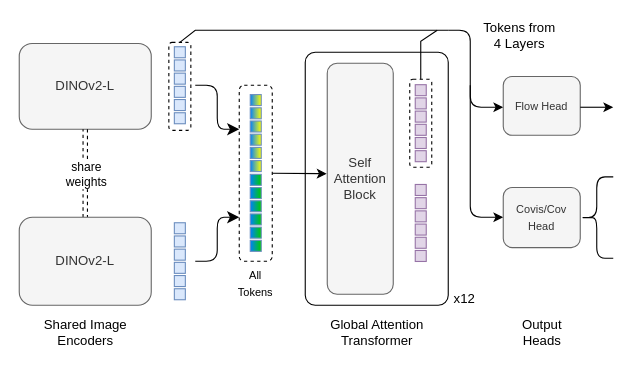
The draw.io diagram paper.drawio in infinity1096/CV-network-fulltrace, before the edit. Source tidied: cells renumbered, new cells numbered last; positions are measured from the earlier drawing's top-left corner, leaving out a move shared by most shapes. Both pictures are drawn from the tidied source at 110%, with x=0, y=0 at pixel (19, 19).
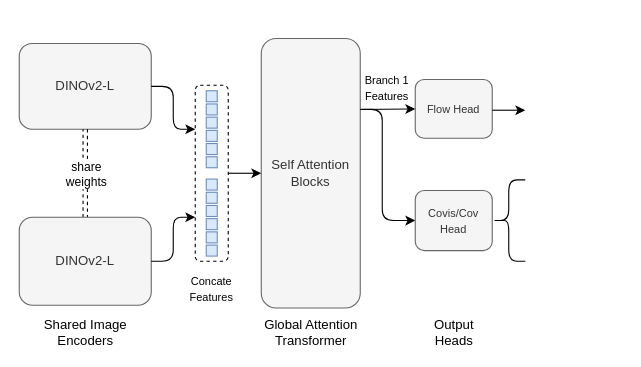
After the change.

The change refers to these unchanged cells:
```xml
<mxCell id="4" value="DINOv2-L" style="rounded=1;whiteSpace=wrap;html=1;fillColor=#f5f5f5;strokeColor=#666666;fontColor=#333333;" parent="1" vertex="1">
  <mxGeometry y="22" width="120" height="78" as="geometry" />
</mxCell>
```

The edit, as a diff of the source:
```diff
@@
-    <mxCell id="2" style="rounded=1;whiteSpace=wrap;html=1;arcSize=7;fillColor=none;" parent="1" vertex="1">
-      <mxGeometry x="260" y="30" width="130" height="230" as="geometry" />
-    </mxCell>
-    <mxCell id="3" style="rounded=1;whiteSpace=wrap;html=1;fillColor=none;dashed=1;" parent="1" vertex="1">
-      <mxGeometry x="200" y="60" width="30" height="160" as="geometry" />
-    </mxCell>
@@
     <mxCell id="8" style="rounded=0;whiteSpace=wrap;html=1;fillColor=#dae8fc;strokeColor=#6c8ebf;" parent="1" vertex="1">
-      <mxGeometry x="141" y="25" width="10" height="10" as="geometry" />
+      <mxGeometry x="170" y="65" width="10" height="10" as="geometry" />
     </mxCell>
     <mxCell id="9" style="rounded=0;whiteSpace=wrap;html=1;fillColor=#dae8fc;strokeColor=#6c8ebf;" parent="1" vertex="1">
-      <mxGeometry x="141" y="37" width="10" height="10" as="geometry" />
+      <mxGeometry x="170" y="77" width="10" height="10" as="geometry" />
     </mxCell>
     <mxCell id="10" style="rounded=0;whiteSpace=wrap;html=1;fillColor=#dae8fc;strokeColor=#6c8ebf;" parent="1" vertex="1">
-      <mxGeometry x="141" y="49" width="10" height="10" as="geometry" />
+      <mxGeometry x="170" y="89" width="10" height="10" as="geometry" />
     </mxCell>
     <mxCell id="11" style="rounded=0;whiteSpace=wrap;html=1;fillColor=#dae8fc;strokeColor=#6c8ebf;" parent="1" vertex="1">
-      <mxGeometry x="141" y="61" width="10" height="10" as="geometry" />
+      <mxGeometry x="170" y="101" width="10" height="10" as="geometry" />
     </mxCell>
     <mxCell id="12" style="rounded=0;whiteSpace=wrap;html=1;fillColor=#dae8fc;strokeColor=#6c8ebf;" parent="1" vertex="1">
-      <mxGeometry x="141" y="73" width="10" height="10" as="geometry" />
+      <mxGeometry x="170" y="113" width="10" height="10" as="geometry" />
     </mxCell>
     <mxCell id="13" style="rounded=0;whiteSpace=wrap;html=1;fillColor=#dae8fc;strokeColor=#6c8ebf;" parent="1" vertex="1">
-      <mxGeometry x="141" y="85" width="10" height="10" as="geometry" />
+      <mxGeometry x="170" y="125" width="10" height="10" as="geometry" />
     </mxCell>
     <mxCell id="14" style="rounded=0;whiteSpace=wrap;html=1;fillColor=#dae8fc;strokeColor=#6c8ebf;" parent="1" vertex="1">
-      <mxGeometry x="141" y="185" width="10" height="10" as="geometry" />
+      <mxGeometry x="170" y="145.3" width="10" height="10" as="geometry" />
     </mxCell>
     <mxCell id="15" style="rounded=0;whiteSpace=wrap;html=1;fillColor=#dae8fc;strokeColor=#6c8ebf;" parent="1" vertex="1">
-      <mxGeometry x="141" y="197" width="10" height="10" as="geometry" />
+      <mxGeometry x="170" y="157.3" width="10" height="10" as="geometry" />
     </mxCell>
     <mxCell id="16" style="rounded=0;whiteSpace=wrap;html=1;fillColor=#dae8fc;strokeColor=#6c8ebf;" parent="1" vertex="1">
-      <mxGeometry x="141" y="209" width="10" height="10" as="geometry" />
+      <mxGeometry x="170" y="169.3" width="10" height="10" as="geometry" />
     </mxCell>
     <mxCell id="17" style="rounded=0;whiteSpace=wrap;html=1;fillColor=#dae8fc;strokeColor=#6c8ebf;" parent="1" vertex="1">
-      <mxGeometry x="141" y="221" width="10" height="10" as="geometry" />
+      <mxGeometry x="170" y="181.3" width="10" height="10" as="geometry" />
     </mxCell>
     <mxCell id="18" style="rounded=0;whiteSpace=wrap;html=1;fillColor=#dae8fc;strokeColor=#6c8ebf;" parent="1" vertex="1">
-      <mxGeometry x="141" y="233" width="10" height="10" as="geometry" />
+      <mxGeometry x="170" y="193.3" width="10" height="10" as="geometry" />
     </mxCell>
     <mxCell id="19" style="rounded=0;whiteSpace=wrap;html=1;fillColor=#dae8fc;strokeColor=#6c8ebf;" parent="1" vertex="1">
-      <mxGeometry x="141" y="245" width="10" height="10" as="geometry" />
+      <mxGeometry x="170" y="205.3" width="10" height="10" as="geometry" />
     </mxCell>
-    <mxCell id="20" style="rounded=0;whiteSpace=wrap;html=1;fillColor=#007FFF;strokeColor=#6c8ebf;gradientColor=#FFFF00;gradientDirection=east;" parent="1" vertex="1">
-      <mxGeometry x="210" y="68.5" width="10" height="10" as="geometry" />
-    </mxCell>
-    <mxCell id="21" style="rounded=0;whiteSpace=wrap;html=1;fillColor=#007FFF;strokeColor=#6c8ebf;gradientColor=#FFFF00;gradientDirection=east;" parent="1" vertex="1">
-      <mxGeometry x="210" y="80.5" width="10" height="10" as="geometry" />
-    </mxCell>
-    <mxCell id="22" style="rounded=0;whiteSpace=wrap;html=1;fillColor=#007FFF;strokeColor=#6c8ebf;gradientColor=#FFFF00;gradientDirection=east;" parent="1" vertex="1">
-      <mxGeometry x="210" y="92.5" width="10" height="10" as="geometry" />
-    </mxCell>
-    <mxCell id="23" style="rounded=0;whiteSpace=wrap;html=1;fillColor=#007FFF;strokeColor=#6c8ebf;gradientColor=#FFFF00;gradientDirection=east;" parent="1" vertex="1">
-      <mxGeometry x="210" y="104.5" width="10" height="10" as="geometry" />
-    </mxCell>
-    <mxCell id="24" style="rounded=0;whiteSpace=wrap;html=1;fillColor=#007FFF;strokeColor=#6c8ebf;gradientColor=#FFFF00;gradientDirection=east;" parent="1" vertex="1">
-      <mxGeometry x="210" y="116.5" width="10" height="10" as="geometry" />
-    </mxCell>
-    <mxCell id="25" style="rounded=0;whiteSpace=wrap;html=1;fillColor=#007FFF;strokeColor=#6c8ebf;gradientColor=#FFFF00;gradientDirection=east;" parent="1" vertex="1">
-      <mxGeometry x="210" y="128.5" width="10" height="10" as="geometry" />
-    </mxCell>
-    <mxCell id="26" style="rounded=0;whiteSpace=wrap;html=1;fillColor=#007FFF;strokeColor=#6c8ebf;gradientColor=#00CC00;gradientDirection=east;" parent="1" vertex="1">
-      <mxGeometry x="210" y="141" width="10" height="10" as="geometry" />
-    </mxCell>
-    <mxCell id="27" style="rounded=0;whiteSpace=wrap;html=1;fillColor=#007FFF;strokeColor=#6c8ebf;gradientColor=#00CC00;gradientDirection=east;" parent="1" vertex="1">
-      <mxGeometry x="210" y="153" width="10" height="10" as="geometry" />
-    </mxCell>
-    <mxCell id="28" style="rounded=0;whiteSpace=wrap;html=1;fillColor=#007FFF;strokeColor=#6c8ebf;gradientColor=#00CC00;gradientDirection=east;" parent="1" vertex="1">
-      <mxGeometry x="210" y="165" width="10" height="10" as="geometry" />
-    </mxCell>
-    <mxCell id="29" style="rounded=0;whiteSpace=wrap;html=1;fillColor=#007FFF;strokeColor=#6c8ebf;gradientColor=#00CC00;gradientDirection=east;" parent="1" vertex="1">
-      <mxGeometry x="210" y="177" width="10" height="10" as="geometry" />
-    </mxCell>
-    <mxCell id="30" style="rounded=0;whiteSpace=wrap;html=1;fillColor=#007FFF;strokeColor=#6c8ebf;gradientColor=#00CC00;gradientDirection=east;" parent="1" vertex="1">
-      <mxGeometry x="210" y="189" width="10" height="10" as="geometry" />
-    </mxCell>
-    <mxCell id="31" style="rounded=0;whiteSpace=wrap;html=1;fillColor=#007FFF;strokeColor=#6c8ebf;gradientColor=#00CC00;gradientDirection=east;" parent="1" vertex="1">
-      <mxGeometry x="210" y="201" width="10" height="10" as="geometry" />
-    </mxCell>
-    <mxCell id="32" style="edgeStyle=orthogonalEdgeStyle;elbow=horizontal;endArrow=classic;html=1;curved=0;rounded=1;endSize=8;startSize=8;" parent="1" edge="1">
-      <mxGeometry relative="1" as="geometry">
-        <mxPoint x="160" y="220" as="sourcePoint" />
-        <mxPoint x="200" y="180" as="targetPoint" />
-        <Array as="points">
-          <mxPoint x="180" y="220" />
-          <mxPoint x="180" y="180" />
-        </Array>
-      </mxGeometry>
-    </mxCell>
-    <mxCell id="33" style="edgeStyle=orthogonalEdgeStyle;elbow=horizontal;endArrow=classic;html=1;curved=0;rounded=1;endSize=8;startSize=8;" parent="1" edge="1">
-      <mxGeometry relative="1" as="geometry">
-        <mxPoint x="160" y="60" as="sourcePoint" />
-        <mxPoint x="200" y="100" as="targetPoint" />
-        <Array as="points">
-          <mxPoint x="180" y="60" />
-          <mxPoint x="180" y="100" />
-        </Array>
-      </mxGeometry>
-    </mxCell>
-    <mxCell id="34" value="&lt;font style=&quot;font-size: 10px;&quot;&gt;All&lt;/font&gt;&lt;div&gt;&lt;font style=&quot;font-size: 10px;&quot;&gt;Tokens&lt;/font&gt;&lt;/div&gt;" style="text;html=1;align=center;verticalAlign=middle;whiteSpace=wrap;rounded=0;" parent="1" vertex="1">
-      <mxGeometry x="185" y="225" width="60" height="30" as="geometry" />
-    </mxCell>
-    <mxCell id="35" value="Self Attention Block" style="rounded=1;whiteSpace=wrap;html=1;fillColor=#f5f5f5;strokeColor=#666666;fontColor=#333333;" parent="1" vertex="1">
-      <mxGeometry x="280" y="40" width="60" height="210" as="geometry" />
+    <mxCell id="35" value="Self Attention&lt;div&gt;Blocks&lt;/div&gt;" style="rounded=1;whiteSpace=wrap;html=1;fillColor=#f5f5f5;strokeColor=#666666;fontColor=#333333;" parent="1" vertex="1">
+      <mxGeometry x="220" y="17.5" width="90" height="245" as="geometry" />
     </mxCell>
-    <mxCell id="36" style="endArrow=classic;html=1;rounded=0;entryX=-0.009;entryY=0.478;entryDx=0;entryDy=0;entryPerimeter=0;" parent="1" edge="1" target="35">
-      <mxGeometry relative="1" as="geometry">
-        <mxPoint x="230" y="140" as="sourcePoint" />
-      </mxGeometry>
-    </mxCell>
-    <mxCell id="37" value="x12" style="text;html=1;align=center;verticalAlign=middle;whiteSpace=wrap;rounded=0;" parent="1" vertex="1">
-      <mxGeometry x="390" y="245" width="30" height="17" as="geometry" />
-    </mxCell>
     <mxCell id="38" value="Global Attention Transformer" style="text;html=1;align=center;verticalAlign=middle;whiteSpace=wrap;rounded=0;" parent="1" vertex="1">
-      <mxGeometry x="272.5" y="270" width="105" height="30" as="geometry" />
+      <mxGeometry x="212.5" y="270" width="105" height="30" as="geometry" />
     </mxCell>
-    <mxCell id="39" style="rounded=0;whiteSpace=wrap;html=1;fillColor=#e1d5e7;strokeColor=#9673a6;gradientDirection=east;" parent="1" vertex="1">
-      <mxGeometry x="360" y="59.5" width="10" height="10" as="geometry" />
-    </mxCell>
-    <mxCell id="40" style="rounded=0;whiteSpace=wrap;html=1;fillColor=#e1d5e7;strokeColor=#9673a6;gradientDirection=east;" parent="1" vertex="1">
-      <mxGeometry x="360" y="71.5" width="10" height="10" as="geometry" />
-    </mxCell>
-    <mxCell id="41" style="rounded=0;whiteSpace=wrap;html=1;fillColor=#e1d5e7;strokeColor=#9673a6;gradientDirection=east;" parent="1" vertex="1">
-      <mxGeometry x="360" y="83.5" width="10" height="10" as="geometry" />
-    </mxCell>
-    <mxCell id="42" style="rounded=0;whiteSpace=wrap;html=1;fillColor=#e1d5e7;strokeColor=#9673a6;gradientDirection=east;" parent="1" vertex="1">
-      <mxGeometry x="360" y="95.5" width="10" height="10" as="geometry" />
-    </mxCell>
-    <mxCell id="43" style="rounded=0;whiteSpace=wrap;html=1;fillColor=#e1d5e7;strokeColor=#9673a6;gradientDirection=east;" parent="1" vertex="1">
-      <mxGeometry x="360" y="107.5" width="10" height="10" as="geometry" />
-    </mxCell>
-    <mxCell id="44" style="rounded=0;whiteSpace=wrap;html=1;fillColor=#e1d5e7;strokeColor=#9673a6;gradientDirection=east;" parent="1" vertex="1">
-      <mxGeometry x="360" y="119.5" width="10" height="10" as="geometry" />
-    </mxCell>
-    <mxCell id="45" style="rounded=0;whiteSpace=wrap;html=1;fillColor=#e1d5e7;strokeColor=#9673a6;gradientDirection=east;" parent="1" vertex="1">
-      <mxGeometry x="360" y="150.2" width="10" height="10" as="geometry" />
-    </mxCell>
-    <mxCell id="46" style="rounded=0;whiteSpace=wrap;html=1;fillColor=#e1d5e7;strokeColor=#9673a6;gradientDirection=east;" parent="1" vertex="1">
-      <mxGeometry x="360" y="162.2" width="10" height="10" as="geometry" />
-    </mxCell>
-    <mxCell id="47" style="rounded=0;whiteSpace=wrap;html=1;fillColor=#e1d5e7;strokeColor=#9673a6;gradientDirection=east;" parent="1" vertex="1">
-      <mxGeometry x="360" y="174.2" width="10" height="10" as="geometry" />
-    </mxCell>
-    <mxCell id="48" style="rounded=0;whiteSpace=wrap;html=1;fillColor=#e1d5e7;strokeColor=#9673a6;gradientDirection=east;" parent="1" vertex="1">
-      <mxGeometry x="360" y="186.2" width="10" height="10" as="geometry" />
-    </mxCell>
-    <mxCell id="49" style="rounded=0;whiteSpace=wrap;html=1;fillColor=#e1d5e7;strokeColor=#9673a6;gradientDirection=east;" parent="1" vertex="1">
-      <mxGeometry x="360" y="198.2" width="10" height="10" as="geometry" />
-    </mxCell>
-    <mxCell id="50" style="rounded=0;whiteSpace=wrap;html=1;fillColor=#e1d5e7;strokeColor=#9673a6;gradientDirection=east;" parent="1" vertex="1">
-      <mxGeometry x="360" y="210.2" width="10" height="10" as="geometry" />
-    </mxCell>
-    <mxCell id="51" style="endArrow=classic;html=1;rounded=1;jumpStyle=none;curved=0;strokeWidth=1;" parent="1" edge="1">
-      <mxGeometry relative="1" as="geometry">
-        <mxPoint x="390" y="10" as="sourcePoint" />
-        <mxPoint x="440" y="80" as="targetPoint" />
-        <Array as="points">
-          <mxPoint x="410" y="10" />
-          <mxPoint x="410" y="80" />
-        </Array>
-      </mxGeometry>
-    </mxCell>
-    <mxCell id="52" style="rounded=1;whiteSpace=wrap;html=1;fillColor=none;dashed=1;" parent="1" vertex="1">
-      <mxGeometry x="136" y="21" width="20" height="80" as="geometry" />
-    </mxCell>
-    <mxCell id="53" style="rounded=1;whiteSpace=wrap;html=1;fillColor=none;dashed=1;" parent="1" vertex="1">
-      <mxGeometry x="355" y="54.5" width="20" height="80" as="geometry" />
-    </mxCell>
-    <mxCell id="54" style="endArrow=none;html=1;rounded=0;exitX=0.5;exitY=0;exitDx=0;exitDy=0;" parent="1" edge="1" source="52">
-      <mxGeometry relative="1" as="geometry">
-        <mxPoint x="390" y="10" as="targetPoint" />
-        <Array as="points">
-          <mxPoint x="160" y="10" />
-        </Array>
-      </mxGeometry>
-    </mxCell>
-    <mxCell id="55" style="endArrow=none;html=1;rounded=0;exitX=0.5;exitY=0;exitDx=0;exitDy=0;" parent="1" edge="1" source="53">
-      <mxGeometry relative="1" as="geometry">
-        <mxPoint x="380" y="10" as="targetPoint" />
-        <Array as="points">
-          <mxPoint x="365" y="20" />
-        </Array>
-      </mxGeometry>
-    </mxCell>
-    <mxCell id="56" style="endArrow=classic;html=1;rounded=1;curved=0;" parent="1" edge="1">
-      <mxGeometry relative="1" as="geometry">
-        <mxPoint x="410" y="60" as="sourcePoint" />
-        <mxPoint x="440" y="180" as="targetPoint" />
-        <Array as="points">
-          <mxPoint x="410" y="180" />
-        </Array>
-      </mxGeometry>
-    </mxCell>
-    <mxCell id="57" value="Tokens from&lt;div&gt;4 Layers&lt;/div&gt;" style="text;html=1;align=center;verticalAlign=middle;whiteSpace=wrap;rounded=0;" parent="1" vertex="1">
-      <mxGeometry x="410" width="90" height="30" as="geometry" />
+    <mxCell id="57" value="&lt;font style=&quot;font-size: 10px;&quot;&gt;Branch 1&lt;/font&gt;&lt;div&gt;&lt;font style=&quot;font-size: 10px;&quot;&gt;Features&lt;/font&gt;&lt;/div&gt;" style="text;html=1;align=center;verticalAlign=middle;whiteSpace=wrap;rounded=0;" parent="1" vertex="1">
+      <mxGeometry x="307.5" y="47" width="52.5" height="30" as="geometry" />
     </mxCell>
     <mxCell id="58" value="&lt;font size=&quot;1&quot;&gt;Flow Head&lt;/font&gt;" style="rounded=1;whiteSpace=wrap;html=1;fillColor=#f5f5f5;strokeColor=#666666;fontColor=#333333;" parent="1" vertex="1">
-      <mxGeometry x="440" y="52.1" width="70" height="53.4" as="geometry" />
+      <mxGeometry x="360" y="54.8" width="70" height="53.4" as="geometry" />
     </mxCell>
     <mxCell id="59" value="&lt;div&gt;&lt;font size=&quot;1&quot;&gt;Covis/Cov&lt;/font&gt;&lt;/div&gt;&lt;div&gt;&lt;font size=&quot;1&quot;&gt;Head&lt;/font&gt;&lt;/div&gt;" style="rounded=1;whiteSpace=wrap;html=1;fillColor=#f5f5f5;strokeColor=#666666;fontColor=#333333;" parent="1" vertex="1">
-      <mxGeometry x="440" y="153" width="70" height="54.6" as="geometry" />
+      <mxGeometry x="360" y="155.7" width="70" height="54.6" as="geometry" />
     </mxCell>
     <mxCell id="60" style="endArrow=classic;html=1;rounded=0;" parent="1" edge="1">
       <mxGeometry relative="1" as="geometry">
-        <mxPoint x="510" y="80" as="sourcePoint" />
-        <mxPoint x="540" y="80" as="targetPoint" />
+        <mxPoint x="430" y="82.7" as="sourcePoint" />
+        <mxPoint x="460" y="82.7" as="targetPoint" />
       </mxGeometry>
     </mxCell>
     <mxCell id="61" style="shape=curlyBracket;whiteSpace=wrap;html=1;rounded=1;labelPosition=left;verticalLabelPosition=middle;align=right;verticalAlign=middle;" parent="1" vertex="1">
-      <mxGeometry x="510" y="143.3" width="30" height="74" as="geometry" />
+      <mxGeometry x="430" y="146" width="30" height="74" as="geometry" />
     </mxCell>
@@
     <mxCell id="63" value="Output&lt;div&gt;Heads&lt;/div&gt;" style="text;html=1;align=center;verticalAlign=middle;whiteSpace=wrap;rounded=0;" parent="1" vertex="1">
-      <mxGeometry x="447.5" y="270" width="55" height="30" as="geometry" />
+      <mxGeometry x="367.5" y="270" width="55" height="30" as="geometry" />
     </mxCell>
+    <mxCell id="64" style="endArrow=classic;html=1;rounded=0;exitX=1;exitY=0.5;exitDx=0;exitDy=0;entryX=0;entryY=0.5;entryDx=0;entryDy=0;" parent="1" edge="1" source="67" target="35">
+      <mxGeometry relative="1" as="geometry" />
+    </mxCell>
+    <mxCell id="65" style="endArrow=classic;html=1;rounded=1;exitX=1;exitY=0.5;exitDx=0;exitDy=0;curved=0;" parent="1" edge="1" source="4">
+      <mxGeometry relative="1" as="geometry">
+        <mxPoint x="160" y="100" as="targetPoint" />
+        <Array as="points">
+          <mxPoint x="140" y="61" />
+          <mxPoint x="140" y="100" />
+        </Array>
+      </mxGeometry>
+    </mxCell>
+    <mxCell id="66" style="endArrow=classic;html=1;rounded=1;curved=0;" parent="1" edge="1">
+      <mxGeometry relative="1" as="geometry">
+        <mxPoint x="120" y="220" as="sourcePoint" />
+        <mxPoint x="160" y="180" as="targetPoint" />
+        <Array as="points">
+          <mxPoint x="140" y="220" />
+          <mxPoint x="140" y="180" />
+        </Array>
+      </mxGeometry>
+    </mxCell>
+    <mxCell id="67" style="rounded=1;whiteSpace=wrap;html=1;fillColor=none;dashed=1;" parent="1" vertex="1">
+      <mxGeometry x="160" y="60" width="30" height="160" as="geometry" />
+    </mxCell>
+    <mxCell id="68" value="&lt;font style=&quot;font-size: 10px;&quot;&gt;Concate&lt;/font&gt;&lt;div&gt;&lt;div&gt;&lt;font style=&quot;font-size: 10px;&quot;&gt;Features&lt;/font&gt;&lt;/div&gt;&lt;/div&gt;" style="text;html=1;align=center;verticalAlign=middle;whiteSpace=wrap;rounded=0;" parent="1" vertex="1">
+      <mxGeometry x="145" y="230" width="60" height="30" as="geometry" />
+    </mxCell>
+    <mxCell id="69" style="endArrow=classic;html=1;rounded=1;entryX=0;entryY=0.5;entryDx=0;entryDy=0;curved=0;" parent="1" edge="1" target="58">
+      <mxGeometry relative="1" as="geometry">
+        <mxPoint x="310" y="82" as="sourcePoint" />
+      </mxGeometry>
+    </mxCell>
+    <mxCell id="70" style="endArrow=classic;html=1;rounded=1;exitX=1.005;exitY=0.263;exitDx=0;exitDy=0;exitPerimeter=0;entryX=0;entryY=0.5;entryDx=0;entryDy=0;curved=0;" parent="1" edge="1" source="35" target="59">
+      <mxGeometry relative="1" as="geometry">
+        <Array as="points">
+          <mxPoint x="330" y="82" />
+          <mxPoint x="330" y="183" />
+        </Array>
+      </mxGeometry>
+    </mxCell>
```
